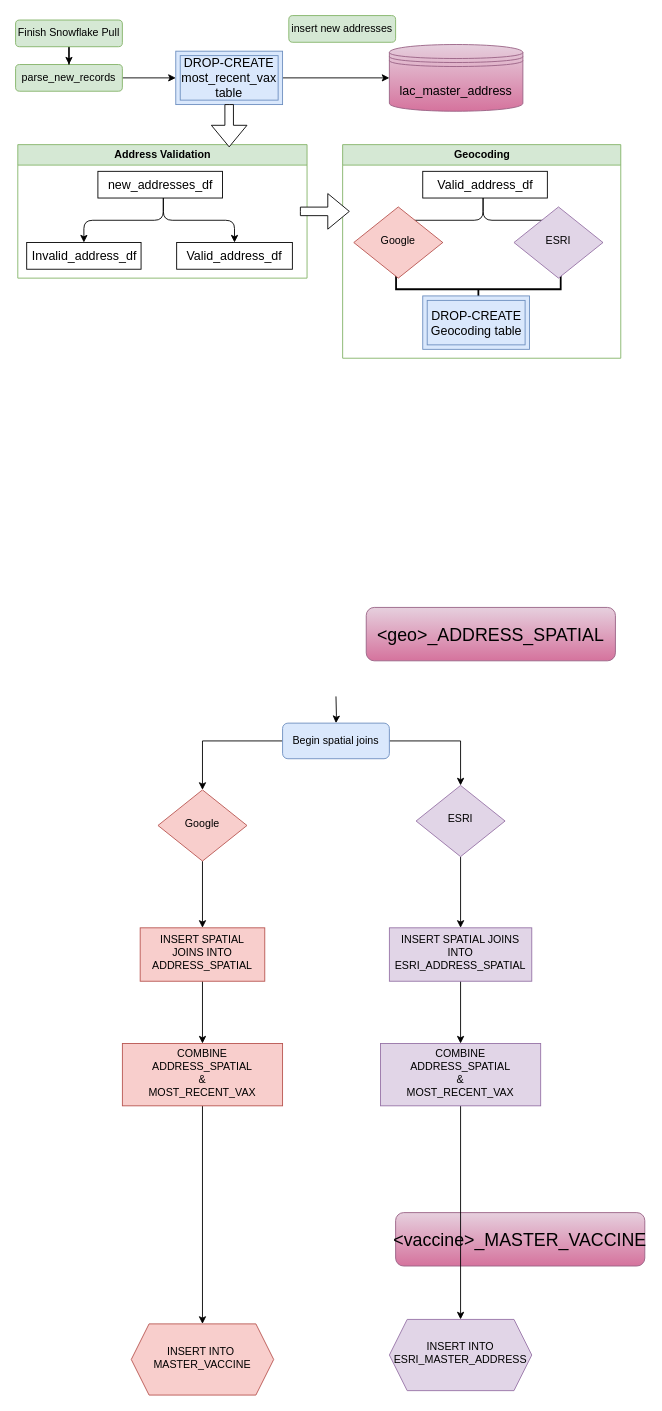
Primordial-Haggis/LA_county_vax_etl_workflow keeps this draw.io diagram as conolidated_address_pipeline.drawio. Above is the earlier version. Source tidied: cells renumbered, new cells numbered last; positions are measured from the earlier drawing's top-left corner, leaving out a move shared by most shapes. Both pictures are drawn from the tidied source at 89%, with x=0, y=0 at pixel (15, 15).
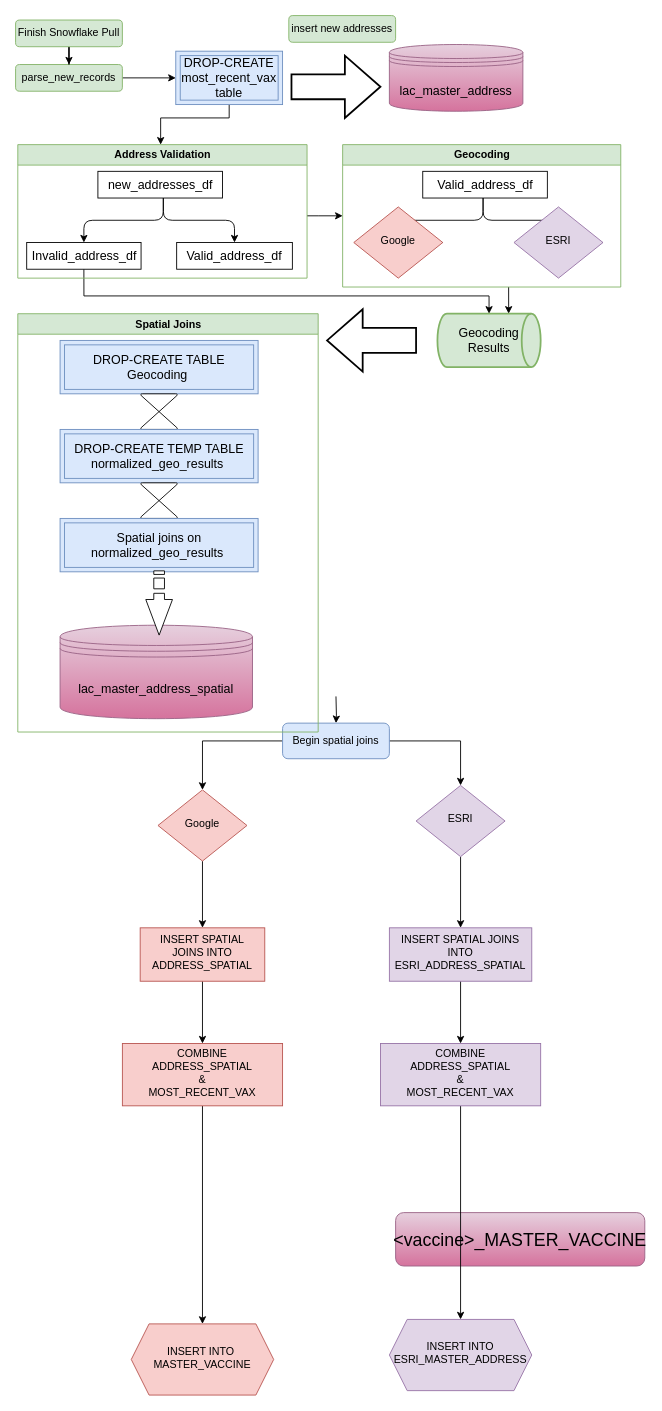
The same diagram, later.

Commit message:
spatial_joins

The change refers to these unchanged cells:
```xml
<mxCell id="25" value="&lt;font style=&quot;font-size: 14px;&quot;&gt;lac_master_address&lt;/font&gt;" style="shape=datastore;whiteSpace=wrap;html=1;fontSize=18;fontSize=20;fillColor=#e6d0de;gradientColor=#d5739d;strokeColor=#996185;" parent="1" vertex="1">
  <mxGeometry x="420" y="32.5" width="150" height="75" as="geometry" />
</mxCell>
<mxCell id="28" value="Address Validation" style="horizontal=1;whiteSpace=wrap;html=1;fontSize=12;glass=0;strokeWidth=1;shadow=0;fillColor=#d5e8d4;strokeColor=#82b366;swimlane;" parent="1" vertex="1">
  <mxGeometry x="2.5" y="145" width="325" height="150" as="geometry" />
</mxCell>
<mxCell id="30" value="Invalid_address_df" style="whiteSpace=wrap;html=1;fontSize=14;" parent="28" vertex="1">
  <mxGeometry x="10" y="110" width="128.5" height="30" as="geometry" />
</mxCell>
<mxCell id="35" value="DROP-CREATE most_recent_vax table" style="shape=ext;margin=3;double=1;whiteSpace=wrap;html=1;align=center;fontSize=14;fillColor=#dae8fc;strokeColor=#6c8ebf;" parent="1" vertex="1">
  <mxGeometry x="180" y="40" width="120" height="60" as="geometry" />
</mxCell>
```

Change to the diagram source:
```diff
@@
-    <mxCell id="14" value="&lt;font color=&quot;#000000&quot;&gt;&amp;lt;geo&amp;gt;_ADDRESS_SPATIAL&lt;/font&gt;" style="rounded=1;whiteSpace=wrap;html=1;fontSize=20;fillColor=#e6d0de;gradientColor=#d5739d;strokeColor=#996185;" parent="1" vertex="1">
-      <mxGeometry x="394" y="665" width="280" height="60" as="geometry" />
-    </mxCell>
@@
+    <mxCell id="48" style="edgeStyle=orthogonalEdgeStyle;rounded=0;jettySize=auto;html=1;fontSize=14;exitX=0.5;exitY=1;exitDx=0;exitDy=0;" parent="1" edge="1" source="30" target="52">
+      <mxGeometry relative="1" as="geometry">
+        <Array as="points">
+          <mxPoint x="77" y="315" />
+          <mxPoint x="532" y="315" />
+        </Array>
+      </mxGeometry>
+    </mxCell>
+    <mxCell id="49" style="edgeStyle=orthogonalEdgeStyle;rounded=0;jettySize=auto;html=1;fontSize=14;entryX=0;entryY=0.5;entryDx=0;entryDy=0;" parent="1" edge="1" source="28" target="36">
+      <mxGeometry relative="1" as="geometry">
+        <Array as="points">
+          <mxPoint x="340" y="225" />
+          <mxPoint x="340" y="225" />
+        </Array>
+      </mxGeometry>
+    </mxCell>
@@
-    <mxCell id="34" style="edgeStyle=orthogonalEdgeStyle;rounded=0;jettySize=auto;html=1;fontSize=14;entryX=0;entryY=0.5;entryDx=0;entryDy=0;" parent="1" edge="1" source="35" target="25">
-      <mxGeometry relative="1" as="geometry" />
-    </mxCell>
+    <mxCell id="50" style="edgeStyle=orthogonalEdgeStyle;rounded=0;jettySize=auto;html=1;fontSize=14;" parent="1" edge="1" source="35">
+      <mxGeometry relative="1" as="geometry">
+        <mxPoint x="163" y="145" as="targetPoint" />
+        <Array as="points">
+          <mxPoint x="240" y="115" />
+          <mxPoint x="163" y="115" />
+        </Array>
+      </mxGeometry>
+    </mxCell>
@@
+    <mxCell id="51" style="edgeStyle=orthogonalEdgeStyle;rounded=0;jettySize=auto;html=1;fontSize=14;entryX=0.69;entryY=0;entryDx=0;entryDy=0;entryPerimeter=0;" parent="1" edge="1" target="52">
+      <mxGeometry relative="1" as="geometry">
+        <mxPoint x="554" y="305" as="sourcePoint" />
+      </mxGeometry>
+    </mxCell>
     <mxCell id="36" value="Geocoding" style="horizontal=1;whiteSpace=wrap;html=1;fontSize=12;glass=0;strokeWidth=1;shadow=0;fillColor=#d5e8d4;strokeColor=#82b366;swimlane;" parent="1" vertex="1">
-      <mxGeometry x="367.5" y="145" width="312.5" height="240" as="geometry" />
+      <mxGeometry x="367.5" y="145" width="312.5" height="160" as="geometry" />
     </mxCell>
@@
-    <mxCell id="42" style="strokeWidth=2;html=1;shape=mxgraph.flowchart.annotation_2;align=left;labelPosition=right;fontSize=14;rotation=-90;" parent="36" vertex="1">
-      <mxGeometry x="127.5" y="70" width="50" height="185" as="geometry" />
-    </mxCell>
@@
+    <mxCell id="52" value="Geocoding Results" style="strokeWidth=2;html=1;shape=mxgraph.flowchart.direct_data;whiteSpace=wrap;fontSize=14;fillColor=#d5e8d4;strokeColor=#82b366;" parent="1" vertex="1">
+      <mxGeometry x="474" y="335" width="116" height="60" as="geometry" />
+    </mxCell>
+    <mxCell id="53" style="verticalLabelPosition=bottom;verticalAlign=top;html=1;strokeWidth=2;shape=mxgraph.arrows2.arrow;dy=0.6;dx=40;notch=0;fontSize=14;rotation=-180;" parent="1" vertex="1">
+      <mxGeometry x="350" y="330" width="100" height="70" as="geometry" />
+    </mxCell>
+    <mxCell id="54" value="Spatial Joins" style="horizontal=1;whiteSpace=wrap;html=1;fontSize=12;glass=0;strokeWidth=1;shadow=0;fillColor=#d5e8d4;strokeColor=#82b366;swimlane;" parent="1" vertex="1">
+      <mxGeometry x="2.5" y="335" width="337.5" height="470" as="geometry" />
+    </mxCell>
-    <mxCell id="45" value="DROP-CREATE&lt;br&gt;Geocoding table" style="shape=ext;margin=3;double=1;whiteSpace=wrap;html=1;align=center;fontSize=14;fillColor=#dae8fc;strokeColor=#6c8ebf;" parent="36" vertex="1">
-      <mxGeometry x="90" y="170" width="120" height="60" as="geometry" />
+    <mxCell id="45" value="DROP-CREATE TABLE&lt;br&gt;Geocoding&amp;nbsp;" style="shape=ext;margin=3;double=1;whiteSpace=wrap;html=1;align=center;fontSize=14;fillColor=#dae8fc;strokeColor=#6c8ebf;" parent="54" vertex="1">
+      <mxGeometry x="47.5" y="30" width="222.5" height="60" as="geometry" />
     </mxCell>
-    <mxCell id="46" style="html=1;shadow=0;dashed=0;align=center;verticalAlign=middle;shape=mxgraph.arrows2.arrow;dy=0.76;dx=24.2;direction=south;notch=0;fontSize=14;rotation=-90;" parent="1" vertex="1">
-      <mxGeometry x="327.5" y="192.5" width="40" height="55" as="geometry" />
-    </mxCell>
-    <mxCell id="47" style="html=1;shadow=0;dashed=0;align=center;verticalAlign=middle;shape=mxgraph.arrows2.arrow;dy=0.76;dx=24.2;direction=south;notch=0;fontSize=14;rotation=0;" parent="1" vertex="1">
-      <mxGeometry x="220" y="100" width="40" height="47.5" as="geometry" />
-    </mxCell>
+    <mxCell id="55" value="&lt;font style=&quot;font-size: 14px;&quot;&gt;lac_master_address_spatial&lt;/font&gt;" style="shape=datastore;whiteSpace=wrap;html=1;fontSize=18;fontSize=20;fillColor=#e6d0de;gradientColor=#d5739d;strokeColor=#996185;" parent="54" vertex="1">
+      <mxGeometry x="47.5" y="350" width="216.2" height="105" as="geometry" />
+    </mxCell>
+    <mxCell id="56" style="verticalLabelPosition=bottom;verticalAlign=top;html=1;shape=mxgraph.flowchart.collate;fontSize=14;" parent="54" vertex="1">
+      <mxGeometry x="138.1" y="90" width="41.2" height="40" as="geometry" />
+    </mxCell>
+    <mxCell id="57" value="DROP-CREATE TEMP TABLE&lt;br&gt;normalized_geo_results&amp;nbsp;" style="shape=ext;margin=3;double=1;whiteSpace=wrap;html=1;align=center;fontSize=14;fillColor=#dae8fc;strokeColor=#6c8ebf;" parent="54" vertex="1">
+      <mxGeometry x="47.5" y="130" width="222.5" height="60" as="geometry" />
+    </mxCell>
+    <mxCell id="58" style="verticalLabelPosition=bottom;verticalAlign=top;html=1;shape=mxgraph.flowchart.collate;fontSize=14;" parent="54" vertex="1">
+      <mxGeometry x="138.1" y="190" width="41.2" height="40" as="geometry" />
+    </mxCell>
+    <mxCell id="59" value="Spatial joins on normalized_geo_results&amp;nbsp;" style="shape=ext;margin=3;double=1;whiteSpace=wrap;html=1;align=center;fontSize=14;fillColor=#dae8fc;strokeColor=#6c8ebf;" parent="54" vertex="1">
+      <mxGeometry x="47.5" y="230" width="222.5" height="60" as="geometry" />
+    </mxCell>
+    <mxCell id="60" style="html=1;shadow=0;dashed=0;align=center;verticalAlign=middle;shape=mxgraph.arrows2.stripedArrow;dy=0.6;dx=40;notch=25.24;fontSize=14;rotation=90;" parent="54" vertex="1">
+      <mxGeometry x="122.7" y="310" width="72.2" height="30" as="geometry" />
+    </mxCell>
+    <mxCell id="61" style="verticalLabelPosition=bottom;verticalAlign=top;html=1;strokeWidth=2;shape=mxgraph.arrows2.arrow;dy=0.6;dx=40;notch=0;fontSize=14;rotation=0;" parent="1" vertex="1">
+      <mxGeometry x="310" y="45" width="100" height="70" as="geometry" />
+    </mxCell>
```
